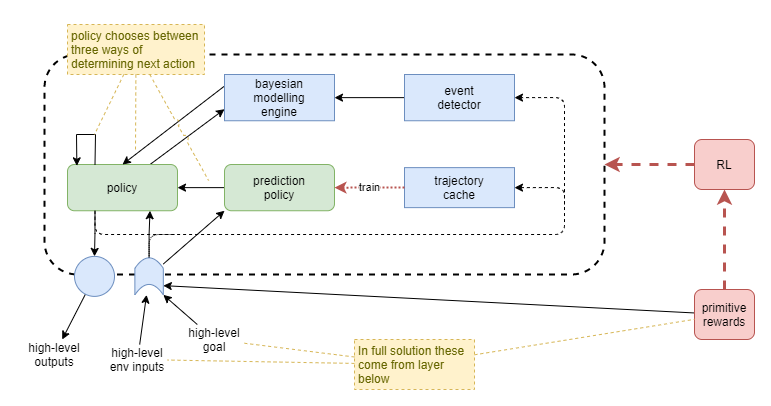
Above: files/Executive-control-with-modelling-and-prediction.png in malcolmlett/malcolmlett.github.io (draw.io), before the change. Source tidied: cells renumbered, new cells last; positions are measured from the earlier drawing's top-left corner, leaving out a move shared by most shapes.
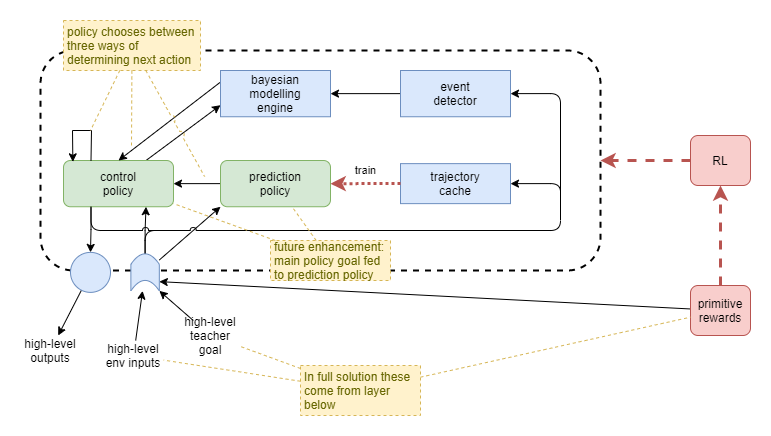
Above is the later version.

Diff of the diagram source:
```diff
@@ -17,7 +17,7 @@
     <mxCell id="6" style="edgeStyle=orthogonalEdgeStyle;rounded=0;jettySize=auto;html=1;entryX=0.75;entryY=1;entryDx=0;entryDy=0;" parent="1" edge="1" source="9" target="14">
       <mxGeometry relative="1" as="geometry" />
     </mxCell>
-    <mxCell id="7" style="edgeStyle=orthogonalEdgeStyle;rounded=1;jettySize=auto;html=1;endArrow=none;endFill=0;strokeWidth=1;jumpStyle=arc;dashed=1;dashPattern=1 1;" parent="1" edge="1" source="9">
+    <mxCell id="7" style="edgeStyle=orthogonalEdgeStyle;rounded=1;jettySize=auto;html=1;endArrow=none;endFill=0;strokeWidth=1;jumpStyle=arc;" parent="1" edge="1" source="9">
       <mxGeometry relative="1" as="geometry">
         <mxPoint x="150" y="210" as="targetPoint" />
         <Array as="points">
@@ -43,7 +43,7 @@
     <mxCell id="13" style="rounded=0;jettySize=auto;html=1;endArrow=classic;endFill=1;strokeWidth=1;exitX=0.75;exitY=0;exitDx=0;exitDy=0;entryX=0;entryY=0.75;entryDx=0;entryDy=0;" parent="1" edge="1" source="14" target="16">
       <mxGeometry relative="1" as="geometry" />
     </mxCell>
-    <mxCell id="14" value="policy" style="rounded=1;whiteSpace=wrap;html=1;fillColor=#d5e8d4;strokeColor=#82b366;verticalAlign=middle;" parent="1" vertex="1">
+    <mxCell id="14" value="control&lt;br&gt;policy" style="rounded=1;whiteSpace=wrap;html=1;fillColor=#d5e8d4;strokeColor=#82b366;verticalAlign=middle;" parent="1" vertex="1">
       <mxGeometry x="43" y="140" width="110" height="46.2" as="geometry" />
     </mxCell>
     <mxCell id="15" style="rounded=0;jettySize=auto;html=1;exitX=0;exitY=0.25;exitDx=0;exitDy=0;entryX=0.5;entryY=0;entryDx=0;entryDy=0;" parent="1" edge="1" source="16" target="14">
@@ -73,7 +73,7 @@
     <mxCell id="23" value="primitive&lt;br&gt;rewards" style="rounded=1;whiteSpace=wrap;html=1;fillColor=#f8cecc;strokeColor=#b85450;" parent="1" vertex="1">
       <mxGeometry x="670" y="265" width="60" height="50" as="geometry" />
     </mxCell>
-    <mxCell id="24" style="edgeStyle=orthogonalEdgeStyle;rounded=1;jettySize=auto;html=1;entryX=1;entryY=0.5;entryDx=0;entryDy=0;endArrow=classic;endFill=1;strokeWidth=1;jumpStyle=none;dashed=1;exitX=0.25;exitY=1;exitDx=0;exitDy=0;" parent="1" edge="1" source="14" target="18">
+    <mxCell id="24" style="edgeStyle=orthogonalEdgeStyle;rounded=1;jettySize=auto;html=1;entryX=1;entryY=0.5;entryDx=0;entryDy=0;endArrow=classic;endFill=1;strokeWidth=1;jumpStyle=arc;exitX=0.25;exitY=1;exitDx=0;exitDy=0;" parent="1" edge="1" source="14" target="18">
       <mxGeometry relative="1" as="geometry">
         <Array as="points">
           <mxPoint x="70" y="210" />
@@ -86,7 +86,7 @@
       <mxGeometry relative="1" as="geometry" />
     </mxCell>
     <mxCell id="26" value="In full solution these come from layer below" style="rounded=0;whiteSpace=wrap;html=1;align=left;fillColor=#fff2cc;strokeColor=#d6b656;fontColor=#666600;dashed=1;spacingLeft=2;spacingRight=2;" parent="1" vertex="1">
-      <mxGeometry x="330" y="315" width="120" height="50" as="geometry" />
+      <mxGeometry x="280" y="345" width="120" height="50" as="geometry" />
     </mxCell>
     <mxCell id="27" style="rounded=0;jumpStyle=arc;jettySize=auto;html=1;strokeWidth=1;fontColor=#666600;dashed=1;strokeColor=#d6b656;fillColor=#fff2cc;endArrow=none;endFill=0;" parent="1" edge="1" source="26" target="10">
       <mxGeometry relative="1" as="geometry" />
@@ -94,7 +94,7 @@
     <mxCell id="28" style="edgeStyle=none;rounded=0;jumpStyle=none;jettySize=auto;html=1;entryX=1;entryY=0;entryDx=0;entryDy=0;endArrow=classic;endFill=1;strokeWidth=1;" parent="1" edge="1" source="29" target="9">
       <mxGeometry relative="1" as="geometry" />
     </mxCell>
-    <mxCell id="29" value="high-level&lt;br&gt;goal" style="text;html=1;strokeColor=none;fillColor=none;align=center;verticalAlign=middle;whiteSpace=wrap;rounded=0;dashed=1;dashPattern=1 1;fontStyle=0;" parent="1" vertex="1">
+    <mxCell id="29" value="high-level&lt;br&gt;teacher goal" style="text;html=1;strokeColor=none;fillColor=none;align=center;verticalAlign=middle;whiteSpace=wrap;rounded=0;dashed=1;dashPattern=1 1;fontStyle=0;" parent="1" vertex="1">
       <mxGeometry x="160" y="300" width="60" height="30" as="geometry" />
     </mxCell>
     <mxCell id="30" style="rounded=0;jumpStyle=arc;jettySize=auto;html=1;strokeWidth=1;fontColor=#666600;dashed=1;strokeColor=#d6b656;fillColor=#fff2cc;endArrow=none;endFill=0;" parent="1" edge="1" source="26" target="29">
@@ -127,7 +127,7 @@
     <mxCell id="36" value="prediction&lt;br&gt;policy" style="rounded=1;whiteSpace=wrap;html=1;fillColor=#d5e8d4;strokeColor=#82b366;verticalAlign=middle;" parent="1" vertex="1">
       <mxGeometry x="200" y="140" width="110" height="46.2" as="geometry" />
     </mxCell>
-    <mxCell id="37" style="edgeStyle=orthogonalEdgeStyle;rounded=1;jumpStyle=none;jettySize=auto;html=1;endArrow=classic;endFill=1;strokeWidth=1;dashed=1;entryX=1;entryY=0.5;entryDx=0;entryDy=0;" parent="1" edge="1" target="38">
+    <mxCell id="37" style="edgeStyle=orthogonalEdgeStyle;rounded=1;jumpStyle=none;jettySize=auto;html=1;endArrow=classic;endFill=1;strokeWidth=1;entryX=1;entryY=0.5;entryDx=0;entryDy=0;" parent="1" edge="1" target="38">
       <mxGeometry relative="1" as="geometry">
         <mxPoint x="540" y="180" as="sourcePoint" />
         <Array as="points">
@@ -138,11 +138,20 @@
     <mxCell id="38" value="trajectory&lt;br&gt;cache" style="rounded=0;whiteSpace=wrap;html=1;fillColor=#dae8fc;strokeColor=#6c8ebf;" parent="1" vertex="1">
       <mxGeometry x="380" y="143.1" width="110" height="40" as="geometry" />
     </mxCell>
-    <mxCell id="39" value="train" style="edgeStyle=orthogonalEdgeStyle;rounded=1;jettySize=auto;html=1;dashed=1;strokeColor=#b85450;strokeWidth=2;fillColor=#f8cecc;dashPattern=1 1;" parent="1" edge="1" source="38" target="36">
-      <mxGeometry relative="1" as="geometry" />
+    <mxCell id="39" value="train" style="edgeStyle=orthogonalEdgeStyle;rounded=1;jettySize=auto;html=1;dashed=1;strokeColor=#b85450;strokeWidth=3;fillColor=#f8cecc;dashPattern=1 1;" parent="1" edge="1" source="38" target="36">
+      <mxGeometry y="-13" relative="1" as="geometry" />
     </mxCell>
     <mxCell id="40" style="rounded=0;jumpStyle=arc;jettySize=auto;html=1;strokeWidth=1;fontColor=#666600;dashed=1;strokeColor=#d6b656;fillColor=#fff2cc;endArrow=none;endFill=0;entryX=0.293;entryY=0.573;entryDx=0;entryDy=0;entryPerimeter=0;" parent="1" edge="1" source="32" target="2">
       <mxGeometry relative="1" as="geometry" />
     </mxCell>
+    <mxCell id="41" value="future enhancement:&lt;br&gt;main policy goal fed to prediction policy" style="rounded=0;whiteSpace=wrap;html=1;align=left;fillColor=#fff2cc;strokeColor=#d6b656;fontColor=#666600;dashed=1;spacingLeft=2;spacingRight=2;" parent="1" vertex="1">
+      <mxGeometry x="250" y="220" width="120" height="40" as="geometry" />
+    </mxCell>
+    <mxCell id="42" style="rounded=0;jumpStyle=none;jettySize=auto;html=1;strokeWidth=1;fontColor=#666600;dashed=1;strokeColor=#d6b656;fillColor=#fff2cc;endArrow=none;endFill=0;" parent="1" edge="1" source="41" target="14">
+      <mxGeometry relative="1" as="geometry" />
+    </mxCell>
+    <mxCell id="43" style="rounded=0;jumpStyle=none;jettySize=auto;html=1;strokeWidth=1;fontColor=#666600;dashed=1;strokeColor=#d6b656;fillColor=#fff2cc;endArrow=none;endFill=0;" parent="1" edge="1" source="41" target="36">
+      <mxGeometry relative="1" as="geometry" />
+    </mxCell>
   </root>
 </mxGraphModel>
```
